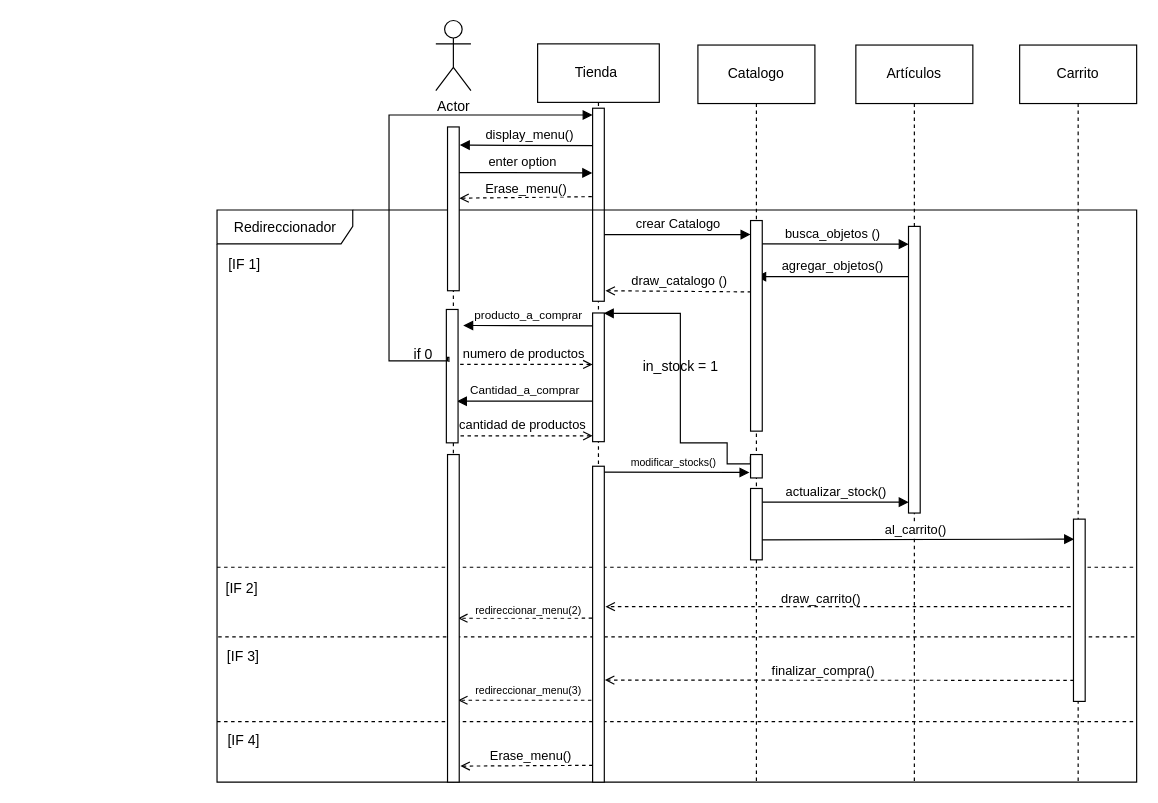
The draw.io diagram UML_Sequence_diagram.drawio in CEM-TC1033-304-2313/3-integrador-A01801026, before the edit. Source tidied: cells renumbered, new cells numbered last; positions are measured from the earlier drawing's top-left corner, leaving out a move shared by most shapes. Both pictures are drawn from the tidied source at 117%, with x=0, y=0 at pixel (20, 20).
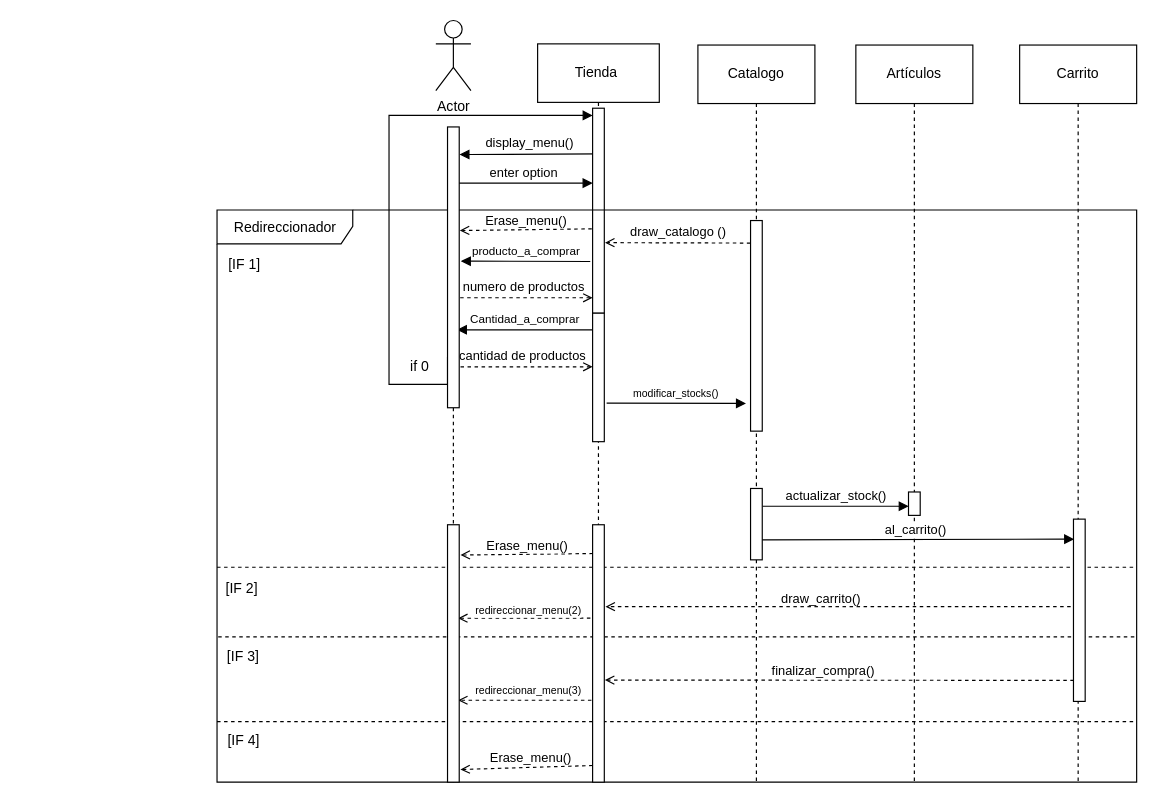
After the change.

Unchanged cells that the change refers to:
```xml
<mxCell id="3" value="Tienda&amp;nbsp;" style="shape=umlLifeline;perimeter=lifelinePerimeter;whiteSpace=wrap;html=1;size=50;" parent="1" vertex="1">
  <mxGeometry x="442" y="20" width="104" height="631" as="geometry" />
</mxCell>
<mxCell id="5" style="html=1;points=[];perimeter=orthogonalPerimeter;" parent="3" vertex="1">
  <mxGeometry x="47" y="230" width="10" height="110" as="geometry" />
</mxCell>
<mxCell id="8" value="Redireccionador" style="shape=umlFrame;tabWidth=110;tabHeight=30;tabPosition=left;html=1;boundedLbl=1;labelInHeader=1;width=116;height=29;" parent="7" vertex="1">
  <mxGeometry x="-686" y="141" width="786" height="489" as="geometry" />
</mxCell>
<mxCell id="22" value="Artículos" style="shape=umlLifeline;perimeter=lifelinePerimeter;whiteSpace=wrap;html=1;size=50;" parent="1" vertex="1">
  <mxGeometry x="714" y="21" width="100" height="630" as="geometry" />
</mxCell>
<mxCell id="51" style="html=1;points=[];perimeter=orthogonalPerimeter;" parent="1" vertex="1">
  <mxGeometry x="624" y="171" width="10" height="180" as="geometry" />
</mxCell>
<mxCell id="53" style="html=1;points=[];perimeter=orthogonalPerimeter;" parent="1" vertex="1">
  <mxGeometry x="624" y="400" width="10" height="61" as="geometry" />
</mxCell>
```

The edit, as a diff of the source:
```diff
@@
-    <mxCell id="4" value="display_menu()" style="html=1;verticalAlign=bottom;endArrow=block;entryX=1.049;entryY=0.111;entryDx=0;entryDy=0;entryPerimeter=0;" parent="3" edge="1" target="56">
+    <mxCell id="4" value="display_menu()" style="html=1;verticalAlign=bottom;endArrow=block;entryX=1.025;entryY=0.079;entryDx=0;entryDy=0;entryPerimeter=0;" parent="3" edge="1">
       <mxGeometry relative="1" as="geometry">
-        <mxPoint x="53" y="87" as="sourcePoint" />
+        <mxPoint x="53" y="94" as="sourcePoint" />
+        <mxPoint x="-66.8" y="94.6" as="targetPoint" />
       </mxGeometry>
     </mxCell>
@@
     <mxCell id="6" style="html=1;points=[];perimeter=orthogonalPerimeter;" parent="3" vertex="1">
-      <mxGeometry x="47" y="55" width="10" height="165" as="geometry" />
+      <mxGeometry x="47" y="55" width="10" height="175" as="geometry" />
     </mxCell>
@@
-    <mxCell id="17" style="html=1;verticalAlign=bottom;labelBackgroundColor=none;endArrow=open;endFill=0;dashed=1;exitX=-0.037;exitY=0.481;exitDx=0;exitDy=0;exitPerimeter=0;" parent="8" edge="1" source="54">
+    <mxCell id="17" style="html=1;verticalAlign=bottom;labelBackgroundColor=none;endArrow=open;endFill=0;dashed=1;exitX=-0.189;exitY=0.363;exitDx=0;exitDy=0;exitPerimeter=0;" parent="8" edge="1" source="54">
       <mxGeometry relative="1" as="geometry">
         <mxPoint x="206" y="348.9" as="targetPoint" />
       </mxGeometry>
     </mxCell>
@@
-    <mxCell id="23" value="busca_objetos ()" style="html=1;verticalAlign=bottom;endArrow=block;entryX=0.02;entryY=0.062;entryDx=0;entryDy=0;entryPerimeter=0;" parent="22" edge="1" target="24">
-      <mxGeometry relative="1" as="geometry">
-        <mxPoint x="-85" y="170" as="sourcePoint" />
-      </mxGeometry>
-    </mxCell>
     <mxCell id="24" style="html=1;points=[];perimeter=orthogonalPerimeter;" parent="22" vertex="1">
-      <mxGeometry x="45" y="155" width="10" height="245" as="geometry" />
+      <mxGeometry x="45" y="382" width="10" height="20" as="geometry" />
     </mxCell>
@@
-    <mxCell id="26" value="agregar_objetos()" style="html=1;verticalAlign=bottom;endArrow=block;exitX=0.02;exitY=0.175;exitDx=0;exitDy=0;exitPerimeter=0;" parent="1" edge="1" source="24">
-      <mxGeometry relative="1" as="geometry">
-        <mxPoint x="628.8" y="219" as="targetPoint" />
-      </mxGeometry>
-    </mxCell>
-    <mxCell id="27" value="draw_catalogo ()" style="html=1;verticalAlign=bottom;labelBackgroundColor=none;endArrow=open;endFill=0;dashed=1;" parent="1" edge="1">
+    <mxCell id="27" value="draw_catalogo ()" style="html=1;verticalAlign=bottom;labelBackgroundColor=none;endArrow=open;endFill=0;dashed=1;entryX=0.427;entryY=0.059;entryDx=0;entryDy=0;entryPerimeter=0;exitX=-0.017;exitY=0.107;exitDx=0;exitDy=0;exitPerimeter=0;" parent="1" edge="1" source="51">
       <mxGeometry relative="1" as="geometry">
-        <mxPoint x="624.5" y="232" as="sourcePoint" />
-        <mxPoint x="500" y="231" as="targetPoint" />
+        <mxPoint x="499.6" y="189.9" as="targetPoint" />
       </mxGeometry>
     </mxCell>
     <mxCell id="28" value="numero de productos" style="html=1;verticalAlign=bottom;labelBackgroundColor=none;endArrow=open;endFill=0;dashed=1;" parent="1" edge="1">
       <mxGeometry relative="1" as="geometry">
-        <mxPoint x="369.8" y="294" as="sourcePoint" />
-        <mxPoint x="489" y="294" as="targetPoint" />
+        <mxPoint x="369.8" y="237" as="sourcePoint" />
+        <mxPoint x="489" y="237" as="targetPoint" />
       </mxGeometry>
     </mxCell>
     <mxCell id="29" value="cantidad de productos" style="html=1;verticalAlign=bottom;labelBackgroundColor=none;endArrow=open;endFill=0;dashed=1;" parent="1" edge="1">
       <mxGeometry relative="1" as="geometry">
-        <mxPoint x="370.1" y="355" as="sourcePoint" />
-        <mxPoint x="489" y="355" as="targetPoint" />
+        <mxPoint x="370.1" y="296" as="sourcePoint" />
+        <mxPoint x="489" y="296" as="targetPoint" />
       </mxGeometry>
     </mxCell>
-    <mxCell id="30" style="edgeStyle=orthogonalEdgeStyle;html=1;align=left;spacingLeft=2;endArrow=block;rounded=0;entryX=0.953;entryY=0.003;exitX=-0.014;exitY=0.083;exitDx=0;exitDy=0;exitPerimeter=0;entryDx=0;entryDy=0;entryPerimeter=0;" parent="1" edge="1" source="38" target="5">
-      <mxGeometry x="0.48" relative="1" as="geometry">
-        <Array as="points">
-          <mxPoint x="604" y="379" />
-          <mxPoint x="604" y="361" />
-          <mxPoint x="564" y="361" />
-          <mxPoint x="564" y="250" />
-        </Array>
-      </mxGeometry>
-    </mxCell>
-    <mxCell id="31" value="enter option" style="html=1;verticalAlign=bottom;endArrow=block;entryX=-0.027;entryY=0.335;entryDx=0;entryDy=0;entryPerimeter=0;" parent="1" edge="1" target="6">
+    <mxCell id="31" value="enter option" style="html=1;verticalAlign=bottom;endArrow=block;" parent="1" edge="1">
       <mxGeometry relative="1" as="geometry">
-        <mxPoint x="370" y="130" as="sourcePoint" />
+        <mxPoint x="370" y="139" as="sourcePoint" />
+        <mxPoint x="489" y="139" as="targetPoint" />
       </mxGeometry>
     </mxCell>
-    <mxCell id="32" style="html=1;verticalAlign=bottom;labelBackgroundColor=none;endArrow=open;endFill=0;dashed=1;exitX=-0.066;exitY=0.458;exitDx=0;exitDy=0;exitPerimeter=0;entryX=1.008;entryY=0.435;entryDx=0;entryDy=0;entryPerimeter=0;" parent="1" edge="1" source="6" target="56">
-      <mxGeometry relative="1" as="geometry" />
+    <mxCell id="32" style="html=1;verticalAlign=bottom;labelBackgroundColor=none;endArrow=open;endFill=0;dashed=1;exitX=-0.066;exitY=0.458;exitDx=0;exitDy=0;exitPerimeter=0;entryX=1.05;entryY=0.369;entryDx=0;entryDy=0;entryPerimeter=0;" parent="1" edge="1" target="56">
+      <mxGeometry relative="1" as="geometry">
+        <mxPoint x="488.3" y="178.1" as="sourcePoint" />
+      </mxGeometry>
     </mxCell>
@@
-    <mxCell id="34" value="crear Catalogo" style="html=1;verticalAlign=bottom;endArrow=block;startArrow=none;" parent="1" edge="1" source="6">
-      <mxGeometry relative="1" as="geometry">
-        <mxPoint x="624" y="183" as="targetPoint" />
-      </mxGeometry>
-    </mxCell>
     <mxCell id="35" value="&lt;font style=&quot;font-size: 10px;&quot;&gt;Cantidad_a_comprar&lt;/font&gt;" style="html=1;verticalAlign=bottom;endArrow=block;entryX=0.898;entryY=0.679;entryDx=0;entryDy=0;entryPerimeter=0;exitX=-0.037;exitY=0.667;exitDx=0;exitDy=0;exitPerimeter=0;" parent="1" edge="1">
       <mxGeometry relative="1" as="geometry">
-        <mxPoint x="488.6" y="325.4" as="sourcePoint" />
-        <mxPoint x="373" y="325.4" as="targetPoint" />
+        <mxPoint x="488.6" y="264.4" as="sourcePoint" />
+        <mxPoint x="373" y="264.4" as="targetPoint" />
       </mxGeometry>
     </mxCell>
     <mxCell id="36" value="&lt;font style=&quot;font-size: 10px;&quot;&gt;producto_a_comprar&lt;/font&gt;" style="html=1;verticalAlign=bottom;endArrow=block;entryX=0.936;entryY=0.12;entryDx=0;entryDy=0;entryPerimeter=0;" parent="1" edge="1">
       <mxGeometry relative="1" as="geometry">
-        <mxPoint x="489" y="261" as="sourcePoint" />
-        <mxPoint x="378.4" y="260.7" as="targetPoint" />
+        <mxPoint x="487" y="206" as="sourcePoint" />
+        <mxPoint x="376.4" y="205.7" as="targetPoint" />
       </mxGeometry>
     </mxCell>
     <mxCell id="37" value="&lt;font style=&quot;font-size: 9px;&quot;&gt;modificar_stocks()&lt;/font&gt;" style="html=1;verticalAlign=bottom;endArrow=block;entryX=-0.09;entryY=0.283;entryDx=0;entryDy=0;entryPerimeter=0;" parent="1" edge="1">
       <mxGeometry x="-0.01" relative="1" as="geometry">
-        <mxPoint x="494" y="386" as="sourcePoint" />
-        <mxPoint x="623.1" y="386.3" as="targetPoint" />
+        <mxPoint x="501" y="327" as="sourcePoint" />
+        <mxPoint x="620.1" y="327.3" as="targetPoint" />
       </mxGeometry>
     </mxCell>
-    <mxCell id="38" style="html=1;points=[];perimeter=orthogonalPerimeter;" parent="1" vertex="1">
-      <mxGeometry x="624" y="371" width="10" height="20" as="geometry" />
-    </mxCell>
-    <mxCell id="39" value="actualizar_stock()" style="html=1;verticalAlign=bottom;endArrow=block;entryX=0.02;entryY=0.962;entryDx=0;entryDy=0;entryPerimeter=0;startArrow=none;" parent="1" edge="1" source="53" target="24">
-      <mxGeometry relative="1" as="geometry" />
+    <mxCell id="39" value="actualizar_stock()" style="html=1;verticalAlign=bottom;endArrow=block;entryX=0.02;entryY=0.962;entryDx=0;entryDy=0;entryPerimeter=0;startArrow=none;" parent="1" edge="1">
+      <mxGeometry relative="1" as="geometry">
+        <mxPoint x="634" y="415.2" as="sourcePoint" />
+        <mxPoint x="759.2" y="415.2" as="targetPoint" />
+      </mxGeometry>
     </mxCell>
-    <mxCell id="40" value="in_stock = 1" style="text;html=1;align=center;verticalAlign=middle;strokeColor=none;fillColor=none;" parent="1" vertex="1">
-      <mxGeometry x="519" y="281" width="90" height="30" as="geometry" />
-    </mxCell>
@@
-    <mxCell id="48" style="html=1;perimeter=orthogonalPerimeter;" parent="1" vertex="1">
-      <mxGeometry x="364" y="247" width="10" height="114" as="geometry" />
-    </mxCell>
     <mxCell id="49" style="edgeStyle=orthogonalEdgeStyle;html=1;align=left;spacingLeft=2;endArrow=block;rounded=0;exitX=0.118;exitY=0.393;exitDx=0;exitDy=0;exitPerimeter=0;entryX=0.006;entryY=0.035;entryDx=0;entryDy=0;entryPerimeter=0;" parent="1" edge="1" target="6">
       <mxGeometry x="0.48" relative="1" as="geometry">
         <mxPoint x="366.2" y="291.8" as="sourcePoint" />
         <Array as="points">
           <mxPoint x="366" y="288" />
           <mxPoint x="365" y="288" />
-          <mxPoint x="365" y="291" />
-          <mxPoint x="315" y="291" />
+          <mxPoint x="365" y="311" />
+          <mxPoint x="315" y="311" />
           <mxPoint x="315" y="81" />
         </Array>
       </mxGeometry>
     </mxCell>
     <mxCell id="50" value="if 0" style="text;html=1;align=center;verticalAlign=middle;strokeColor=none;fillColor=none;" parent="1" vertex="1">
-      <mxGeometry x="324" y="271" width="40" height="30" as="geometry" />
+      <mxGeometry x="321" y="281" width="40" height="30" as="geometry" />
     </mxCell>
@@
     <mxCell id="54" style="html=1;points=[];perimeter=orthogonalPerimeter;" parent="1" vertex="1">
-      <mxGeometry x="489" y="381" width="10" height="270" as="geometry" />
+      <mxGeometry x="489" y="431" width="10" height="220" as="geometry" />
     </mxCell>
     <mxCell id="55" style="html=1;points=[];perimeter=orthogonalPerimeter;" parent="1" vertex="1">
-      <mxGeometry x="365" y="371" width="10" height="280" as="geometry" />
+      <mxGeometry x="365" y="431" width="10" height="220" as="geometry" />
     </mxCell>
     <mxCell id="56" style="html=1;points=[];perimeter=orthogonalPerimeter;" parent="1" vertex="1">
-      <mxGeometry x="365" y="91" width="10" height="140" as="geometry" />
+      <mxGeometry x="365" y="91" width="10" height="240" as="geometry" />
     </mxCell>
+    <mxCell id="57" style="html=1;verticalAlign=bottom;labelBackgroundColor=none;endArrow=open;endFill=0;dashed=1;exitX=-0.066;exitY=0.458;exitDx=0;exitDy=0;exitPerimeter=0;entryX=1.008;entryY=0.435;entryDx=0;entryDy=0;entryPerimeter=0;" parent="1" edge="1">
+      <mxGeometry relative="1" as="geometry">
+        <mxPoint x="489.3" y="455.6" as="sourcePoint" />
+        <mxPoint x="376.1" y="456.9" as="targetPoint" />
+      </mxGeometry>
+    </mxCell>
+    <mxCell id="58" value="Erase_menu()" style="edgeLabel;html=1;align=center;verticalAlign=middle;" parent="57" vertex="1">
+      <mxGeometry x="-0.24" y="-2" relative="1" as="geometry">
+        <mxPoint x="-14" y="-6" as="offset" />
+      </mxGeometry>
+    </mxCell>
```
